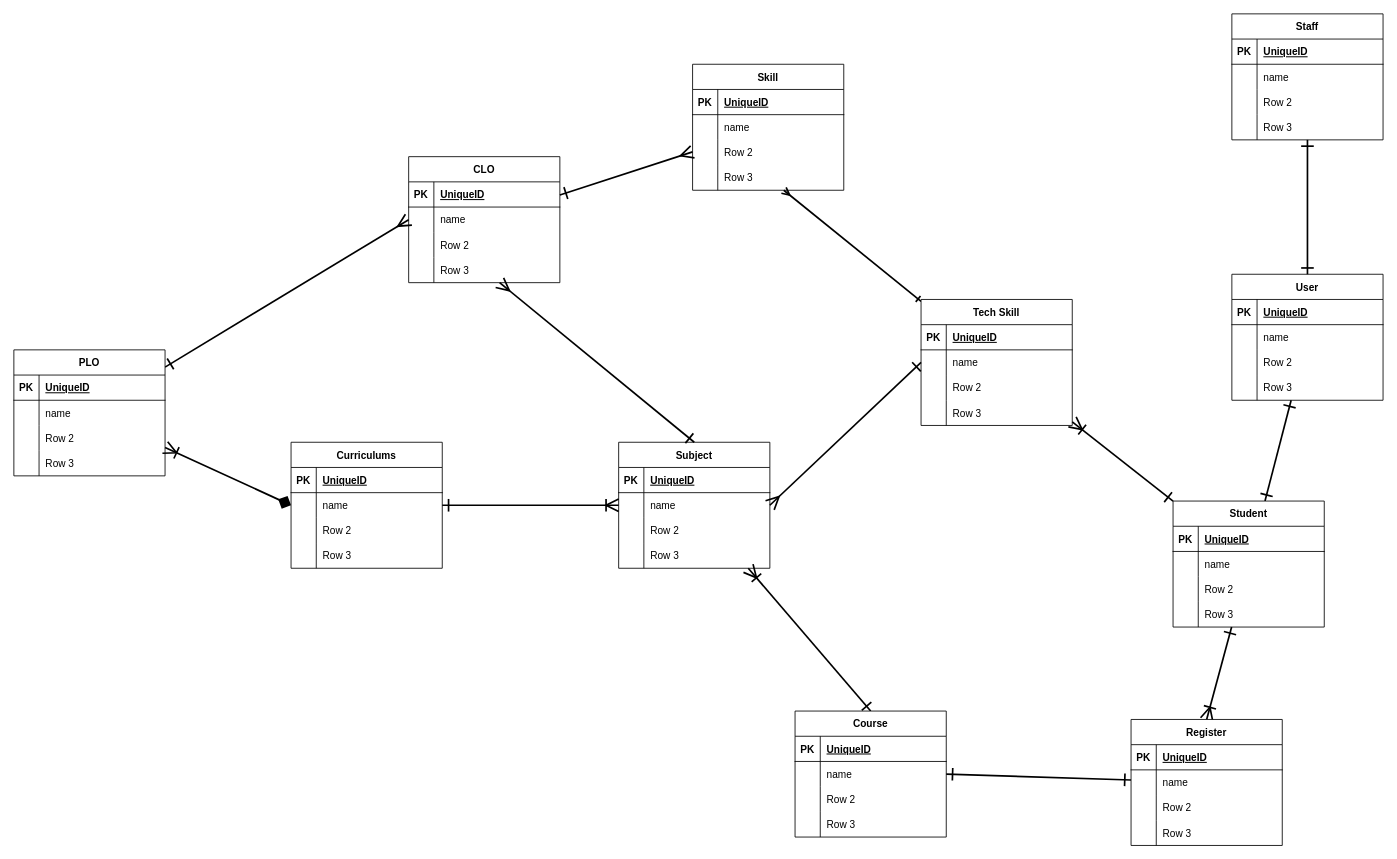
Before: page "DB" (1 of 3) of DBdiagram.drawio in SahaphapM/faculty_course_backend, a draw.io diagram. Source tidied: cells renumbered, new cells numbered last; positions are measured from the earlier drawing's top-left corner, leaving out a move shared by most shapes. Both pictures are drawn from the tidied source at 84%, with x=0, y=0 at pixel (13, 13).
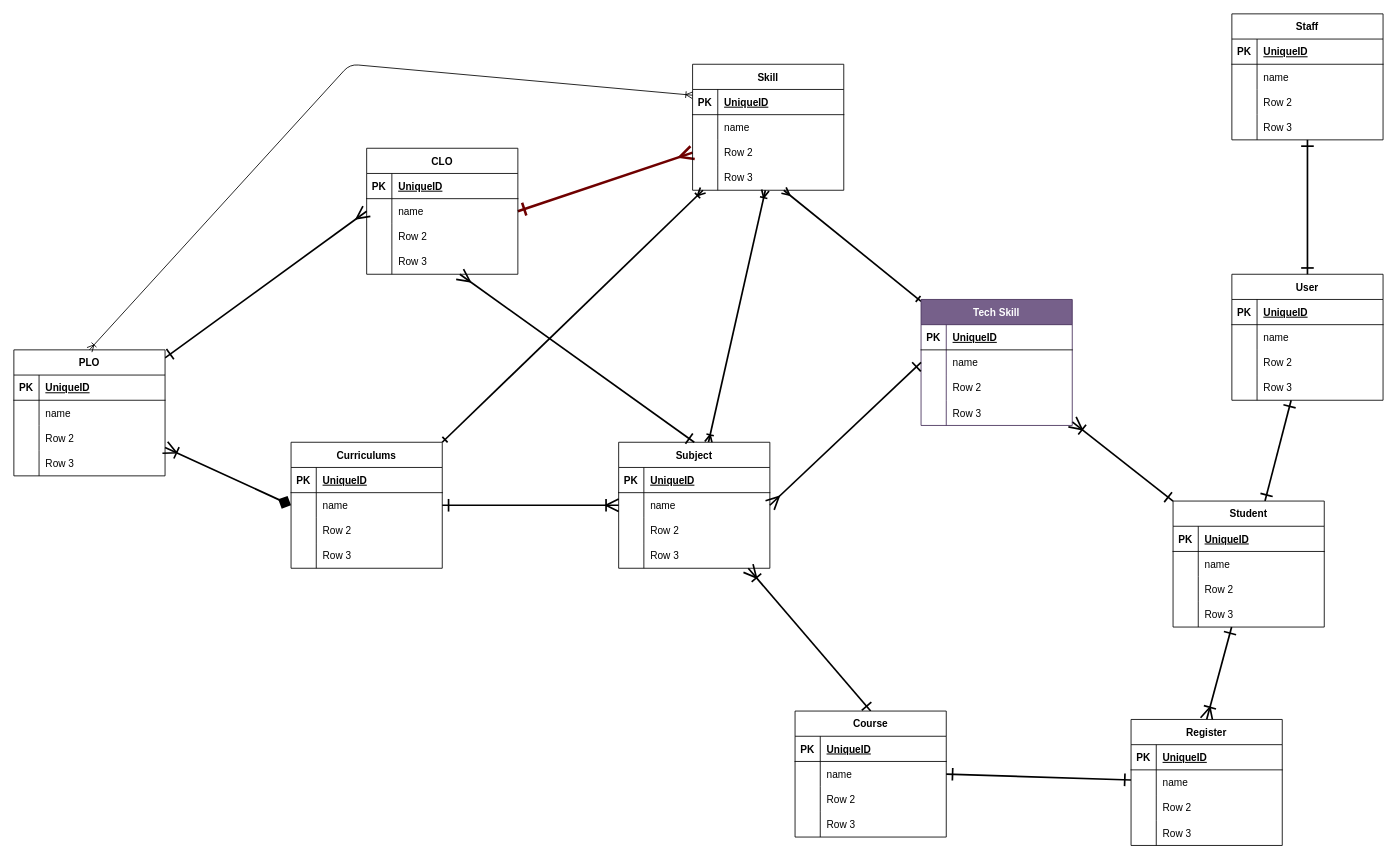
The same page after the edit.

Commit message:
update skill tree diagram

Unchanged cells that the change refers to:
```xml
<mxCell id="3" value="Curriculums" style="shape=table;startSize=30;childLayout=tableLayout;rowLines=0;fontStyle=1;align=center;rounded=0;" parent="1" vertex="1">
  <mxGeometry x="330" y="510" width="180" height="150" as="geometry" />
</mxCell>
<mxCell id="17" value="Skill" style="shape=table;startSize=30;childLayout=tableLayout;rowLines=0;fontStyle=1;align=center;rounded=0;" parent="1" vertex="1">
  <mxGeometry x="808" y="60" width="180" height="150" as="geometry" />
</mxCell>
<mxCell id="18" style="shape=tableRow;horizontal=0;startSize=0;swimlaneHead=0;swimlaneBody=0;fillColor=none;points=[[0,0.5],[1,0.5]];portConstraint=eastwest;top=0;left=0;right=0;bottom=1;rounded=0;" parent="17" vertex="1">
  <mxGeometry y="30" width="180" height="30" as="geometry" />
</mxCell>
<mxCell id="27" style="shape=tableRow;horizontal=0;startSize=0;swimlaneHead=0;swimlaneBody=0;fillColor=none;points=[[0,0.5],[1,0.5]];portConstraint=eastwest;top=0;left=0;right=0;bottom=0;rounded=0;" parent="17" vertex="1">
  <mxGeometry y="120" width="180" height="30" as="geometry" />
</mxCell>
<mxCell id="31" value="Subject" style="shape=table;startSize=30;childLayout=tableLayout;rowLines=0;fontStyle=1;align=center;rounded=0;gradientColor=none;" parent="1" vertex="1">
  <mxGeometry x="720" y="510" width="180" height="150" as="geometry" />
</mxCell>
<mxCell id="46" value="PLO" style="shape=table;startSize=30;childLayout=tableLayout;rowLines=0;fontStyle=1;align=center;rounded=0;" parent="1" vertex="1">
  <mxGeometry y="400" width="180" height="150" as="geometry" />
</mxCell>
<mxCell id="148" style="shape=tableRow;horizontal=0;startSize=0;swimlaneHead=0;swimlaneBody=0;fillColor=none;points=[[0,0.5],[1,0.5]];portConstraint=eastwest;top=0;left=0;right=0;bottom=0;rounded=0;" parent="144" vertex="1">
  <mxGeometry y="60" width="180" height="30" as="geometry" />
</mxCell>
```

Change to the diagram source:
```diff
@@
-    <mxCell id="16" style="edgeStyle=none;html=1;strokeWidth=2;startArrow=ERone;startFill=0;endArrow=ERmany;endFill=0;startSize=12;endSize=12;" parent="1" edge="1" source="144" target="17">
+    <mxCell id="16" style="edgeStyle=none;html=1;strokeWidth=3;startArrow=ERone;startFill=0;endArrow=ERmany;endFill=0;startSize=12;endSize=12;exitX=1;exitY=0.5;exitDx=0;exitDy=0;fillColor=#a20025;strokeColor=#6F0000;" parent="1" edge="1" source="148" target="17">
       <mxGeometry relative="1" as="geometry" />
     </mxCell>
+    <mxCell id="158" style="edgeStyle=none;html=1;entryX=1;entryY=0;entryDx=0;entryDy=0;startArrow=ERoneToMany;startFill=0;endArrow=ERone;endFill=0;strokeWidth=2;" parent="1" edge="1" source="17" target="3">
+      <mxGeometry relative="1" as="geometry" />
+    </mxCell>
@@
+    <mxCell id="159" style="edgeStyle=none;html=1;startArrow=ERoneToMany;startFill=0;endArrow=ERoneToMany;endFill=0;strokeWidth=2;" parent="1" edge="1" source="31" target="27">
+      <mxGeometry relative="1" as="geometry" />
+    </mxCell>
@@
-    <mxCell id="61" value="Tech Skill" style="shape=table;startSize=30;childLayout=tableLayout;rowLines=0;fontStyle=1;align=center;rounded=0;" parent="1" vertex="1">
+    <mxCell id="61" value="Tech Skill" style="shape=table;startSize=30;childLayout=tableLayout;rowLines=0;fontStyle=1;align=center;rounded=0;fillColor=#76608a;fontColor=#ffffff;strokeColor=#432D57;" parent="1" vertex="1">
       <mxGeometry x="1080" y="340" width="180" height="150" as="geometry" />
     </mxCell>
@@
     <mxCell id="144" value="CLO" style="shape=table;startSize=30;childLayout=tableLayout;rowLines=0;fontStyle=1;align=center;rounded=0;" parent="1" vertex="1">
-      <mxGeometry x="470" y="170" width="180" height="150" as="geometry" />
+      <mxGeometry x="420" y="160" width="180" height="150" as="geometry" />
     </mxCell>
@@
+    <mxCell id="160" style="edgeStyle=none;html=1;entryX=0.5;entryY=0;entryDx=0;entryDy=0;startArrow=ERoneToMany;startFill=0;endArrow=ERoneToMany;endFill=0;" parent="1" edge="1" source="18" target="46">
+      <mxGeometry relative="1" as="geometry">
+        <Array as="points">
+          <mxPoint x="400" y="60" />
+        </Array>
+      </mxGeometry>
+    </mxCell>
```
